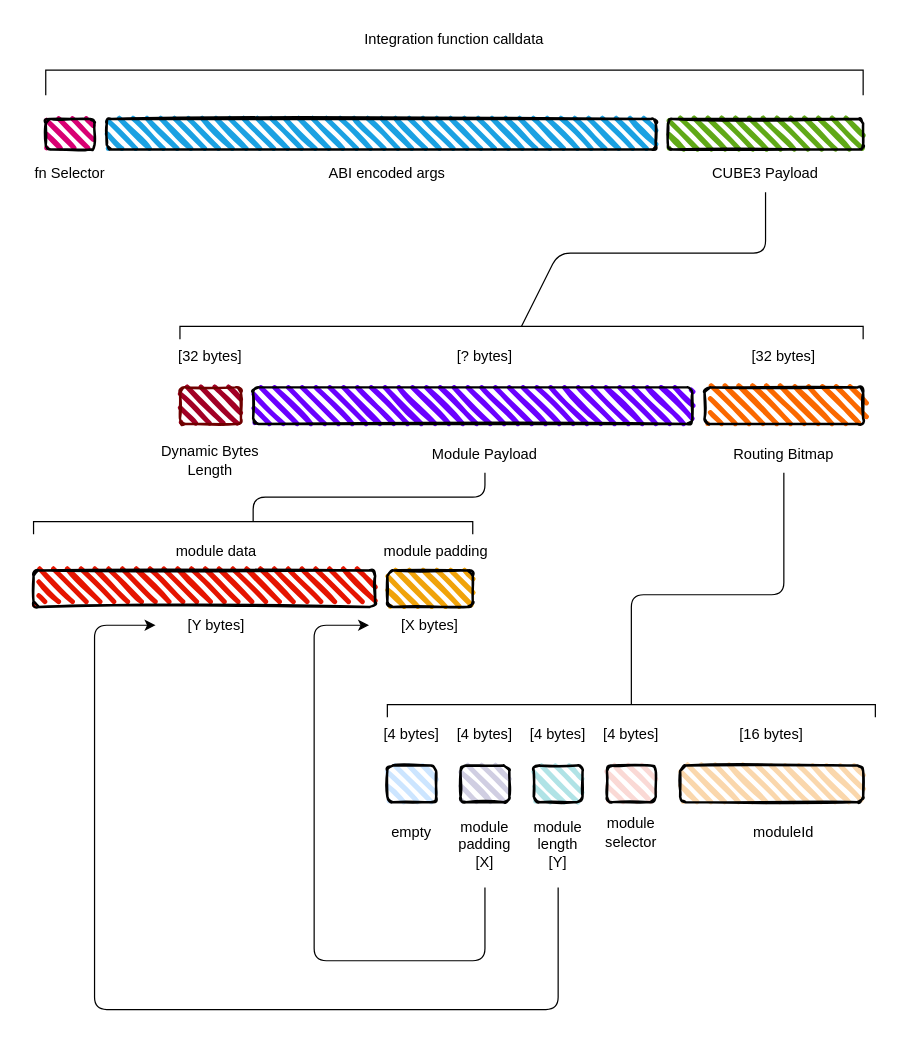
The draw.io diagram docs/diagrams/payload.drawio in cube-web3/protocol-core-solidity, before the edit. Source tidied: cells renumbered, new cells numbered last; positions are measured from the earlier drawing's top-left corner, leaving out a move shared by most shapes. Both pictures are drawn from the tidied source at 122%, with x=0, y=0 at pixel (21, 21).
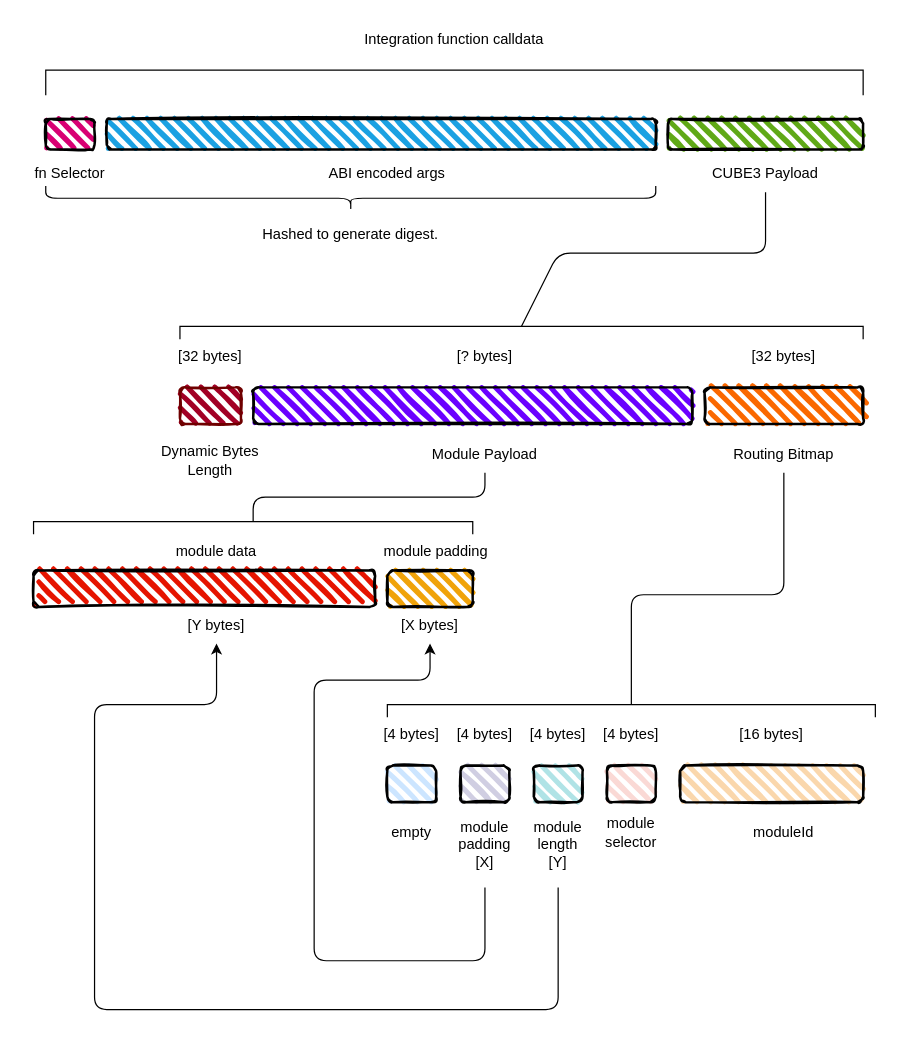
Above is the later version.

The change refers to these unchanged cells:
```xml
<mxCell id="37" value="[Y bytes]" style="text;html=1;strokeColor=none;fillColor=none;align=center;verticalAlign=middle;whiteSpace=wrap;rounded=0;fontColor=#000000;" parent="1" vertex="1">
  <mxGeometry x="110" y="480" width="100" height="30" as="geometry" />
</mxCell>
<mxCell id="38" value="[X bytes]" style="text;html=1;strokeColor=none;fillColor=none;align=center;verticalAlign=middle;whiteSpace=wrap;rounded=0;fontColor=#000000;" parent="1" vertex="1">
  <mxGeometry x="285" y="480" width="100" height="30" as="geometry" />
</mxCell>
```

What changed in the source:
```diff
@@
-    <mxCell id="43" style="endArrow=classic;html=1;entryX=0;entryY=0.5;entryDx=0;entryDy=0;fontColor=#000000;strokeColor=#000000;" parent="1" edge="1" target="37">
+    <mxCell id="43" style="endArrow=classic;html=1;entryX=0.5;entryY=1;entryDx=0;entryDy=0;fontColor=#000000;strokeColor=#000000;" parent="1" edge="1" target="37">
       <mxGeometry relative="1" as="geometry">
         <mxPoint x="440" y="710" as="sourcePoint" />
         <Array as="points">
           <mxPoint x="440" y="810" />
           <mxPoint x="60" y="810" />
-          <mxPoint x="60" y="495" />
+          <mxPoint x="60" y="560" />
+          <mxPoint x="160" y="560" />
         </Array>
       </mxGeometry>
     </mxCell>
-    <mxCell id="44" style="endArrow=classic;html=1;entryX=0;entryY=0.5;entryDx=0;entryDy=0;fontColor=#000000;strokeColor=#000000;" parent="1" edge="1" target="38">
+    <mxCell id="44" style="endArrow=classic;html=1;entryX=0.5;entryY=1;entryDx=0;entryDy=0;fontColor=#000000;strokeColor=#000000;" parent="1" edge="1" target="38">
       <mxGeometry relative="1" as="geometry">
         <mxPoint x="380" y="710" as="sourcePoint" />
         <Array as="points">
           <mxPoint x="380" y="770" />
           <mxPoint x="240" y="770" />
-          <mxPoint x="240" y="495" />
+          <mxPoint x="240" y="540" />
+          <mxPoint x="335" y="540" />
         </Array>
       </mxGeometry>
     </mxCell>
@@
+    <mxCell id="48" style="shape=curlyBracket;whiteSpace=wrap;html=1;rounded=1;labelPosition=left;verticalLabelPosition=middle;align=right;verticalAlign=middle;strokeColor=#000000;fontColor=#000000;rotation=-90;" parent="1" vertex="1">
+      <mxGeometry x="260" y="-105" width="20" height="500" as="geometry" />
+    </mxCell>
+    <mxCell id="49" value="Hashed to generate digest." style="text;html=1;strokeColor=none;fillColor=none;align=center;verticalAlign=middle;whiteSpace=wrap;rounded=0;fontColor=#000000;" parent="1" vertex="1">
+      <mxGeometry x="180" y="160" width="180" height="30" as="geometry" />
+    </mxCell>
```
